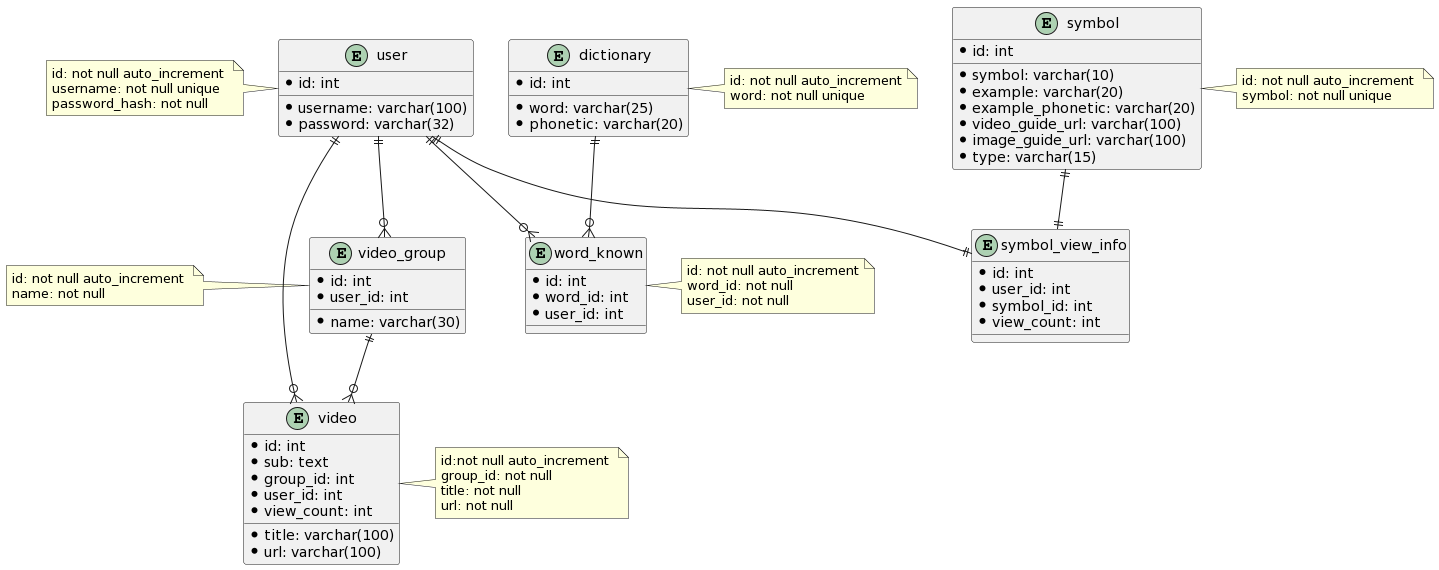
Before: design/docs/entity/entity.png, a diagram exported from PlantUML (quynhphungvn/self-management).
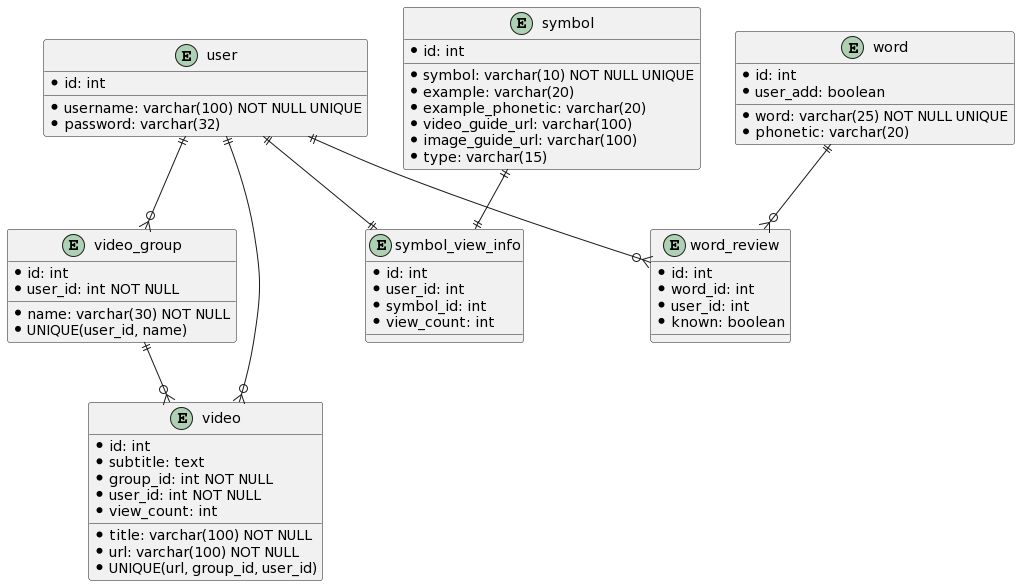
After the change.

Commit message:
add backup and change design entity

The edit, as a diff of the source:
```diff
@@ -1,21 +1,23 @@
 @startuml
 entity video {
 *id: int
-*title: varchar(100)
-*sub: text
-*url: varchar(100)
-*group_id: int
-*user_id: int
+*title: varchar(100) NOT NULL
+*subtitle: text
+*url: varchar(100) NOT NULL
+*group_id: int NOT NULL
+*user_id: int NOT NULL
 *view_count: int
+*UNIQUE(url, group_id, user_id)
 }
 entity video_group {
 *id: int
-*name: varchar(30)
-*user_id: int
+*name: varchar(30) NOT NULL
+*user_id: int NOT NULL
+*UNIQUE(user_id, name)
 }
 entity user {
 *id: int
-*username: varchar(100)
+*username: varchar(100) NOT NULL UNIQUE
 *password: varchar(32)
 }
 entity symbol_view_info {
@@ -24,19 +26,21 @@
 *symbol_id: int
 *view_count: int
 }
-entity dictionary {
+entity word {
 *id: int
-*word: varchar(25)
+*word: varchar(25) NOT NULL UNIQUE
 *phonetic: varchar(20)
+*user_add: boolean
 }
-entity word_known {
+entity word_review {
 *id: int
 *word_id: int
 *user_id: int
+*known: boolean
 }
 entity symbol {
 *id: int
-*symbol: varchar(10)
+*symbol: varchar(10) NOT NULL UNIQUE
 *example: varchar(20)
 *example_phonetic: varchar(20)
 *video_guide_url: varchar(100)
@@ -44,38 +48,10 @@
 *type: varchar(15)
 }
 user ||--o{ video_group
-user ||--o{ word_known
+user ||--o{ word_review
 user ||--|| symbol_view_info
 user ||--o{ video
 symbol ||--|| symbol_view_info
-dictionary ||--o{ word_known
+word ||--o{ word_review
 video_group ||--o{ video
-note left of user
- id: not null auto_increment
- username: not null unique
- password_hash: not null
-end note
-note right of video
- id:not null auto_increment
- group_id: not null
- title: not null
- url: not null
-end note
-note left of video_group
- id: not null auto_increment
- name: not null
-end note
-note right of symbol
- id: not null auto_increment
- symbol: not null unique
-end note
-note right of word_known
- id: not null auto_increment
- word_id: not null
- user_id: not null
-end note
-note right of dictionary
- id: not null auto_increment
- word: not null unique
-end note
 @enduml
```
